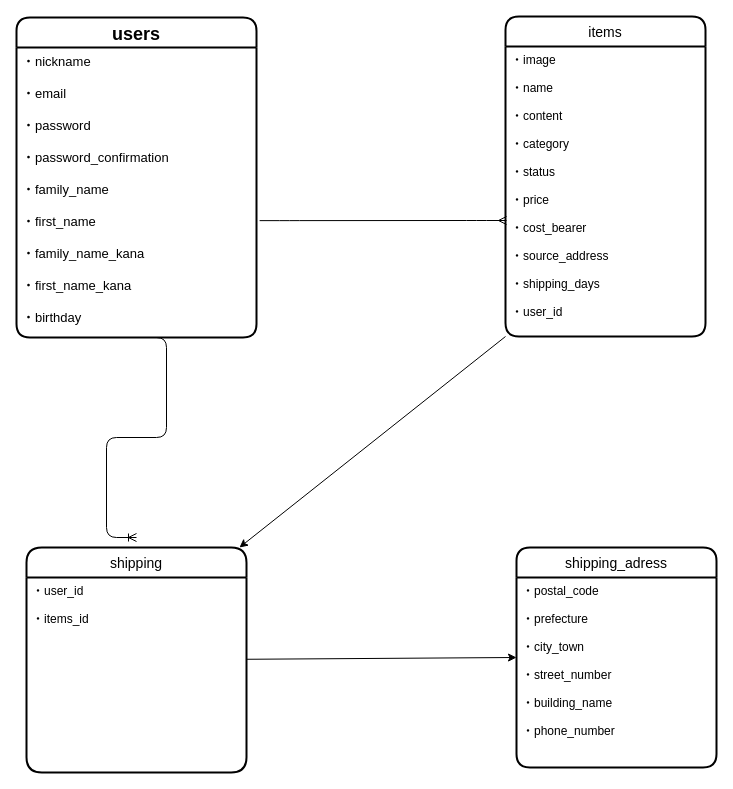
This is furima.dio from sinkaigyo46/furima-39591, a draw.io file, before an edit. Source tidied: cells renumbered, new cells numbered last; positions are measured from the earlier drawing's top-left corner, leaving out a move shared by most shapes. Both pictures are drawn from the tidied source at 100%, with x=0, y=0 at pixel (16, 16).
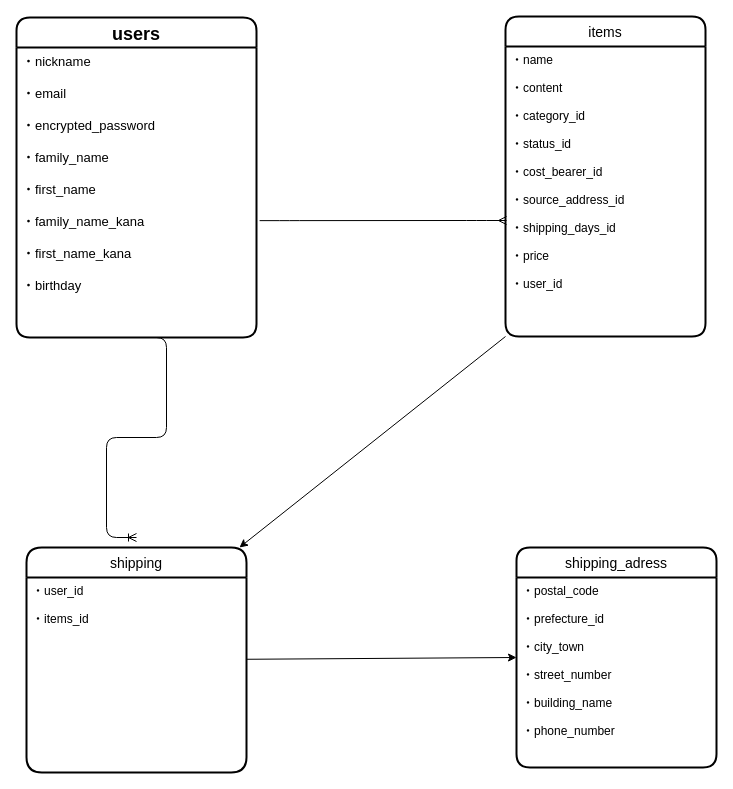
The same page after the edit.

What changed in the source:
```diff
@@
 <mxGraphModel>
   <root>
     <mxCell id="0" />
     <mxCell id="1" parent="0" />
     <mxCell id="2" value="users" style="swimlane;horizontal=1;startSize=30;rounded=1;fontSize=18;fontStyle=1;strokeWidth=2;shadow=0;dashed=0;align=center;" parent="1" vertex="1">
       <mxGeometry y="1" width="240" height="320" as="geometry" />
     </mxCell>
-    <mxCell id="3" value="・nickname&#10;&#10;・email&#10;&#10;・password&#10;&#10;・password_confirmation&#10;&#10;・family_name&#10;&#10;・first_name&#10;&#10;・family_name_kana&#10;&#10;・first_name_kana&#10;&#10;・birthday" style="align=left;strokeColor=none;fillColor=none;spacingLeft=4;fontSize=13;verticalAlign=top;" parent="2" vertex="1">
+    <mxCell id="3" value="・nickname&#10;&#10;・email&#10;&#10;・encrypted_password&#10;&#10;・family_name&#10;&#10;・first_name&#10;&#10;・family_name_kana&#10;&#10;・first_name_kana&#10;&#10;・birthday" style="align=left;strokeColor=none;fillColor=none;spacingLeft=4;fontSize=13;verticalAlign=top;" parent="2" vertex="1">
       <mxGeometry y="30" width="240" height="290" as="geometry" />
     </mxCell>
     <mxCell id="4" style="edgeStyle=entityRelationEdgeStyle;fontSize=12;html=1;endArrow=ERoneToMany;" parent="2" edge="1">
       <mxGeometry relative="1" as="geometry">
         <mxPoint x="120" y="320" as="sourcePoint" />
         <mxPoint x="120" y="520" as="targetPoint" />
       </mxGeometry>
     </mxCell>
     <mxCell id="5" style="edgeStyle=none;html=1;exitX=0;exitY=1;exitDx=0;exitDy=0;entryX=0.968;entryY=0;entryDx=0;entryDy=0;entryPerimeter=0;fontSize=13;" parent="1" edge="1" source="6" target="9">
       <mxGeometry relative="1" as="geometry" />
     </mxCell>
     <mxCell id="6" value="items" style="swimlane;horizontal=1;startSize=30;rounded=1;fontSize=14;fontStyle=0;strokeWidth=2;shadow=0;dashed=0;align=center;" parent="1" vertex="1">
       <mxGeometry x="489" width="200" height="320" as="geometry" />
     </mxCell>
-    <mxCell id="7" value="・image&#10;&#10;・name&#10;&#10;・content&#10;&#10;・category&#10;&#10;・status&#10;&#10;・price&#10;&#10;・cost_bearer&#10;&#10;・source_address&#10;&#10;・shipping_days&#10;&#10;・user_id&#10;&#10;&#10;" style="align=left;strokeColor=none;fillColor=none;spacingLeft=4;fontSize=12;verticalAlign=top;" parent="6" vertex="1">
+    <mxCell id="7" value="・name&#10;&#10;・content&#10;&#10;・category_id&#10;&#10;・status_id&#10;&#10;・cost_bearer_id&#10;&#10;・source_address_id&#10;&#10;・shipping_days_id　&#10;&#10;・price&#10;&#10;・user_id&#10;&#10;&#10;" style="align=left;strokeColor=none;fillColor=none;spacingLeft=4;fontSize=12;verticalAlign=top;" parent="6" vertex="1">
       <mxGeometry y="30" width="200" height="290" as="geometry" />
     </mxCell>
     <mxCell id="8" style="edgeStyle=none;html=1;fontSize=13;entryX=0;entryY=0.5;entryDx=0;entryDy=0;" parent="1" edge="1" source="9" target="11">
       <mxGeometry relative="1" as="geometry" />
     </mxCell>
     <mxCell id="9" value="shipping" style="swimlane;horizontal=1;startSize=30;rounded=1;fontSize=14;fontStyle=0;strokeWidth=2;shadow=0;dashed=0;align=center;arcSize=17;" parent="1" vertex="1">
       <mxGeometry x="10" y="531" width="220" height="225" as="geometry" />
     </mxCell>
     <mxCell id="10" value="・user_id&#10;&#10;・items_id&#10;" style="align=left;strokeColor=none;fillColor=none;spacingLeft=4;fontSize=12;verticalAlign=top;" parent="9" vertex="1">
       <mxGeometry y="30" width="220" height="195" as="geometry" />
     </mxCell>
     <mxCell id="11" value="shipping_adress" style="swimlane;horizontal=1;startSize=30;rounded=1;fontSize=14;fontStyle=0;strokeWidth=2;shadow=0;dashed=0;align=center;" parent="1" vertex="1">
       <mxGeometry x="500" y="531" width="200" height="220" as="geometry" />
     </mxCell>
-    <mxCell id="12" value="・postal_code&#10;&#10;・prefecture&#10;&#10;・city_town&#10;&#10;・street_number&#10;&#10;・building_name&#10;&#10;・phone_number" style="align=left;strokeColor=none;fillColor=none;spacingLeft=4;fontSize=12;verticalAlign=top;" parent="11" vertex="1">
+    <mxCell id="12" value="・postal_code&#10;&#10;・prefecture_id&#10;&#10;・city_town&#10;&#10;・street_number&#10;&#10;・building_name&#10;&#10;・phone_number" style="align=left;strokeColor=none;fillColor=none;spacingLeft=4;fontSize=12;verticalAlign=top;" parent="11" vertex="1">
       <mxGeometry y="30" width="200" height="190" as="geometry" />
     </mxCell>
     <mxCell id="13" style="edgeStyle=entityRelationEdgeStyle;fontSize=12;html=1;endArrow=ERmany;exitX=1.013;exitY=0.597;exitDx=0;exitDy=0;exitPerimeter=0;" parent="1" edge="1" source="3">
       <mxGeometry relative="1" as="geometry">
         <mxPoint x="490" y="204" as="targetPoint" />
       </mxGeometry>
     </mxCell>
   </root>
 </mxGraphModel>
```
